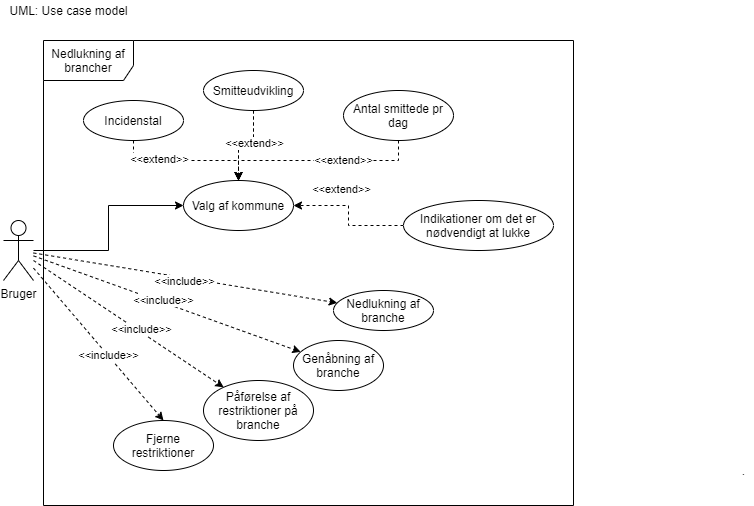
The draw.io diagram Filer/Usecase.png in liam1523/WPF-1semGruppe5, before a commit. Source tidied: cells renumbered, new cells last; positions are measured from the earlier drawing's top-left corner, leaving out a move shared by most shapes.
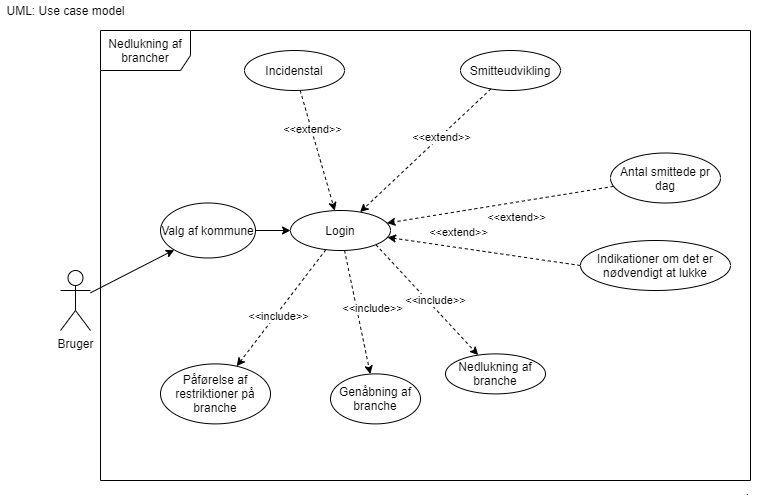
After the change.

Commit message:
opdateret use case

Diff of the diagram source:
```diff
@@ -2,16 +2,7 @@
   <root>
     <mxCell id="0" />
     <mxCell id="1" parent="0" />
-    <mxCell id="2" style="edgeStyle=orthogonalEdgeStyle;rounded=0;jettySize=auto;html=1;entryX=0;entryY=0.5;entryDx=0;entryDy=0;" parent="1" edge="1" source="11" target="13">
-      <mxGeometry relative="1" as="geometry" />
-    </mxCell>
-    <mxCell id="3" style="rounded=0;jettySize=auto;html=1;entryX=0.5;entryY=0;entryDx=0;entryDy=0;dashed=1;" parent="1" edge="1" source="11" target="20">
-      <mxGeometry relative="1" as="geometry" />
-    </mxCell>
-    <mxCell id="4" value="&amp;lt;&amp;lt;include&amp;gt;&amp;gt;" style="edgeLabel;html=1;align=center;verticalAlign=middle;" parent="3" vertex="1">
-      <mxGeometry x="0.14" relative="1" as="geometry" />
-    </mxCell>
-    <mxCell id="5" style="rounded=0;jettySize=auto;html=1;dashed=1;" parent="1" edge="1" source="11" target="18">
+    <mxCell id="5" style="rounded=0;jettySize=auto;html=1;dashed=1;exitX=1;exitY=1;exitDx=0;exitDy=0;" parent="1" edge="1" source="13" target="18">
       <mxGeometry relative="1" as="geometry" />
     </mxCell>
     <mxCell id="6" value="&amp;lt;&amp;lt;include&amp;gt;&amp;gt;" style="edgeLabel;html=1;align=center;verticalAlign=middle;" parent="5" vertex="1">
@@ -19,13 +10,13 @@
         <mxPoint x="14.7" y="4.1" as="offset" />
       </mxGeometry>
     </mxCell>
-    <mxCell id="7" style="rounded=0;jettySize=auto;html=1;dashed=1;" parent="1" edge="1" source="11" target="17">
+    <mxCell id="7" style="rounded=0;jettySize=auto;html=1;dashed=1;" parent="1" edge="1" source="13" target="17">
       <mxGeometry relative="1" as="geometry" />
     </mxCell>
     <mxCell id="8" value="&amp;lt;&amp;lt;include&amp;gt;&amp;gt;" style="edgeLabel;html=1;align=center;verticalAlign=middle;" parent="7" vertex="1">
       <mxGeometry x="0.12" y="2" relative="1" as="geometry" />
     </mxCell>
-    <mxCell id="9" style="rounded=0;jettySize=auto;html=1;dashed=1;" parent="1" edge="1" source="11" target="19">
+    <mxCell id="9" style="rounded=0;jettySize=auto;html=1;dashed=1;" parent="1" edge="1" source="13" target="19">
       <mxGeometry relative="1" as="geometry" />
     </mxCell>
     <mxCell id="10" value="&amp;lt;&amp;lt;include&amp;gt;&amp;gt;" style="edgeLabel;html=1;align=center;verticalAlign=middle;" parent="9" vertex="1">
@@ -33,16 +24,13 @@
         <mxPoint x="14" y="5.1" as="offset" />
       </mxGeometry>
     </mxCell>
-    <mxCell id="11" value="Bruger" style="shape=umlActor;verticalLabelPosition=bottom;verticalAlign=top;html=1;outlineConnect=0;" parent="1" vertex="1">
-      <mxGeometry y="220" width="30" height="60" as="geometry" />
-    </mxCell>
     <mxCell id="12" value="Nedlukning af brancher" style="shape=umlFrame;whiteSpace=wrap;html=1;width=90;height=40;" parent="1" vertex="1">
-      <mxGeometry x="40" y="40" width="530" height="465" as="geometry" />
+      <mxGeometry x="100" y="30" width="650" height="450" as="geometry" />
     </mxCell>
-    <mxCell id="13" value="Valg af kommune" style="ellipse;whiteSpace=wrap;html=1;align=center;" parent="1" vertex="1">
-      <mxGeometry x="180" y="180" width="110" height="50" as="geometry" />
+    <mxCell id="13" value="&lt;div&gt;Login&lt;/div&gt;" style="ellipse;whiteSpace=wrap;html=1;align=center;" parent="1" vertex="1">
+      <mxGeometry x="290" y="210" width="100" height="40" as="geometry" />
     </mxCell>
-    <mxCell id="14" style="edgeStyle=orthogonalEdgeStyle;rounded=0;jettySize=auto;html=1;dashed=1;exitX=0;exitY=0.5;exitDx=0;exitDy=0;" parent="1" edge="1" source="16" target="13">
+    <mxCell id="14" style="rounded=0;jettySize=auto;html=1;dashed=1;exitX=0;exitY=0.5;exitDx=0;exitDy=0;" parent="1" edge="1" source="16" target="13">
       <mxGeometry relative="1" as="geometry" />
     </mxCell>
     <mxCell id="15" value="&amp;lt;&amp;lt;extend&amp;gt;&amp;gt;" style="edgeLabel;html=1;align=center;verticalAlign=middle;" parent="14" vertex="1">
@@ -51,54 +39,43 @@
       </mxGeometry>
     </mxCell>
     <mxCell id="16" value="Indikationer om det er nødvendigt at lukke" style="ellipse;whiteSpace=wrap;html=1;align=center;" parent="1" vertex="1">
-      <mxGeometry x="400" y="200" width="150" height="50" as="geometry" />
+      <mxGeometry x="580" y="240" width="150" height="50" as="geometry" />
     </mxCell>
     <mxCell id="17" value="Påførelse af restriktioner på branche" style="ellipse;whiteSpace=wrap;html=1;align=center;" parent="1" vertex="1">
-      <mxGeometry x="200" y="380" width="110" height="60" as="geometry" />
+      <mxGeometry x="160" y="363.4" width="110" height="60" as="geometry" />
     </mxCell>
     <mxCell id="18" value="Nedlukning af branche" style="ellipse;whiteSpace=wrap;html=1;align=center;" parent="1" vertex="1">
-      <mxGeometry x="330" y="290" width="100" height="40" as="geometry" />
+      <mxGeometry x="445" y="353.4" width="100" height="40" as="geometry" />
     </mxCell>
     <mxCell id="19" value="Genåbning af branche" style="ellipse;whiteSpace=wrap;html=1;align=center;" parent="1" vertex="1">
-      <mxGeometry x="290" y="340" width="90" height="50" as="geometry" />
+      <mxGeometry x="330" y="373.4" width="90" height="50" as="geometry" />
     </mxCell>
-    <mxCell id="20" value="Fjerne restriktioner" style="ellipse;whiteSpace=wrap;html=1;align=center;" parent="1" vertex="1">
-      <mxGeometry x="110" y="420" width="100" height="50" as="geometry" />
-    </mxCell>
     <mxCell id="21" value="UML: Use case model" style="text;html=1;align=center;verticalAlign=middle;" parent="1" vertex="1">
       <mxGeometry width="130" height="20" as="geometry" />
     </mxCell>
     <mxCell id="22" value="." style="text;html=1;align=center;verticalAlign=middle;" parent="1" vertex="1">
-      <mxGeometry x="730" y="460" width="20" height="20" as="geometry" />
+      <mxGeometry x="737" y="480" width="20" height="20" as="geometry" />
     </mxCell>
-    <mxCell id="23" style="edgeStyle=orthogonalEdgeStyle;rounded=0;jettySize=auto;html=1;entryX=0.5;entryY=0;entryDx=0;entryDy=0;dashed=1;" parent="1" edge="1" source="25" target="13">
+    <mxCell id="23" style="rounded=0;jettySize=auto;html=1;dashed=1;" parent="1" edge="1" source="25" target="13">
       <mxGeometry relative="1" as="geometry" />
     </mxCell>
     <mxCell id="24" value="&amp;lt;&amp;lt;extend&amp;gt;&amp;gt;" style="edgeLabel;html=1;align=center;verticalAlign=middle;" parent="23" vertex="1">
       <mxGeometry x="-0.37" y="1" relative="1" as="geometry" />
     </mxCell>
     <mxCell id="25" value="Incidenstal" style="ellipse;whiteSpace=wrap;html=1;align=center;" parent="1" vertex="1">
-      <mxGeometry x="80" y="100" width="100" height="40" as="geometry" />
+      <mxGeometry x="244" y="50" width="100" height="40" as="geometry" />
     </mxCell>
-    <mxCell id="26" style="edgeStyle=orthogonalEdgeStyle;rounded=0;jettySize=auto;html=1;dashed=1;" parent="1" edge="1" source="29" target="13">
-      <mxGeometry relative="1" as="geometry" />
-    </mxCell>
-    <mxCell id="27" style="edgeStyle=orthogonalEdgeStyle;rounded=0;jettySize=auto;html=1;dashed=1;" parent="1" edge="1" source="29" target="13">
+    <mxCell id="27" style="rounded=0;jettySize=auto;html=1;dashed=1;" parent="1" edge="1" source="29" target="13">
       <mxGeometry relative="1" as="geometry" />
     </mxCell>
     <mxCell id="28" value="&amp;lt;&amp;lt;extend&amp;gt;&amp;gt;" style="edgeLabel;html=1;align=center;verticalAlign=middle;" parent="27" vertex="1">
       <mxGeometry x="-0.24" y="1" relative="1" as="geometry" />
     </mxCell>
     <mxCell id="29" value="Smitteudvikling" style="ellipse;whiteSpace=wrap;html=1;align=center;" parent="1" vertex="1">
-      <mxGeometry x="200" y="70" width="100" height="40" as="geometry" />
+      <mxGeometry x="460" y="50" width="100" height="40" as="geometry" />
     </mxCell>
-    <mxCell id="30" style="edgeStyle=orthogonalEdgeStyle;rounded=0;jettySize=auto;html=1;dashed=1;" parent="1" edge="1" source="32" target="13">
-      <mxGeometry relative="1" as="geometry">
-        <Array as="points">
-          <mxPoint x="395" y="160" />
-          <mxPoint x="235" y="160" />
-        </Array>
-      </mxGeometry>
+    <mxCell id="30" style="rounded=0;jettySize=auto;html=1;dashed=1;" parent="1" edge="1" source="32" target="13">
+      <mxGeometry relative="1" as="geometry" />
     </mxCell>
     <mxCell id="31" value="&amp;lt;&amp;lt;extend&amp;gt;&amp;gt;" style="edgeLabel;html=1;align=center;verticalAlign=middle;" parent="30" vertex="1">
       <mxGeometry x="0.64" y="-2" relative="1" as="geometry">
@@ -106,7 +83,19 @@
       </mxGeometry>
     </mxCell>
     <mxCell id="32" value="Antal smittede pr dag" style="ellipse;whiteSpace=wrap;html=1;align=center;" parent="1" vertex="1">
-      <mxGeometry x="340" y="90" width="110" height="50" as="geometry" />
+      <mxGeometry x="610" y="152.5" width="110" height="50" as="geometry" />
     </mxCell>
+    <mxCell id="33" style="edgeStyle=none;rounded=0;jettySize=auto;html=1;" parent="1" edge="1" source="34" target="13">
+      <mxGeometry relative="1" as="geometry" />
+    </mxCell>
+    <mxCell id="34" value="Valg af kommune" style="ellipse;whiteSpace=wrap;html=1;" parent="1" vertex="1">
+      <mxGeometry x="160" y="202.5" width="95" height="55" as="geometry" />
+    </mxCell>
+    <mxCell id="35" style="edgeStyle=none;rounded=0;jettySize=auto;html=1;entryX=0;entryY=1;entryDx=0;entryDy=0;" parent="1" edge="1" source="11" target="34">
+      <mxGeometry relative="1" as="geometry" />
+    </mxCell>
+    <mxCell id="11" value="&lt;div&gt;Bruger&lt;/div&gt;" style="shape=umlActor;verticalLabelPosition=bottom;verticalAlign=top;html=1;outlineConnect=0;" parent="1" vertex="1">
+      <mxGeometry x="60" y="270" width="30" height="60" as="geometry" />
+    </mxCell>
   </root>
 </mxGraphModel>
```
